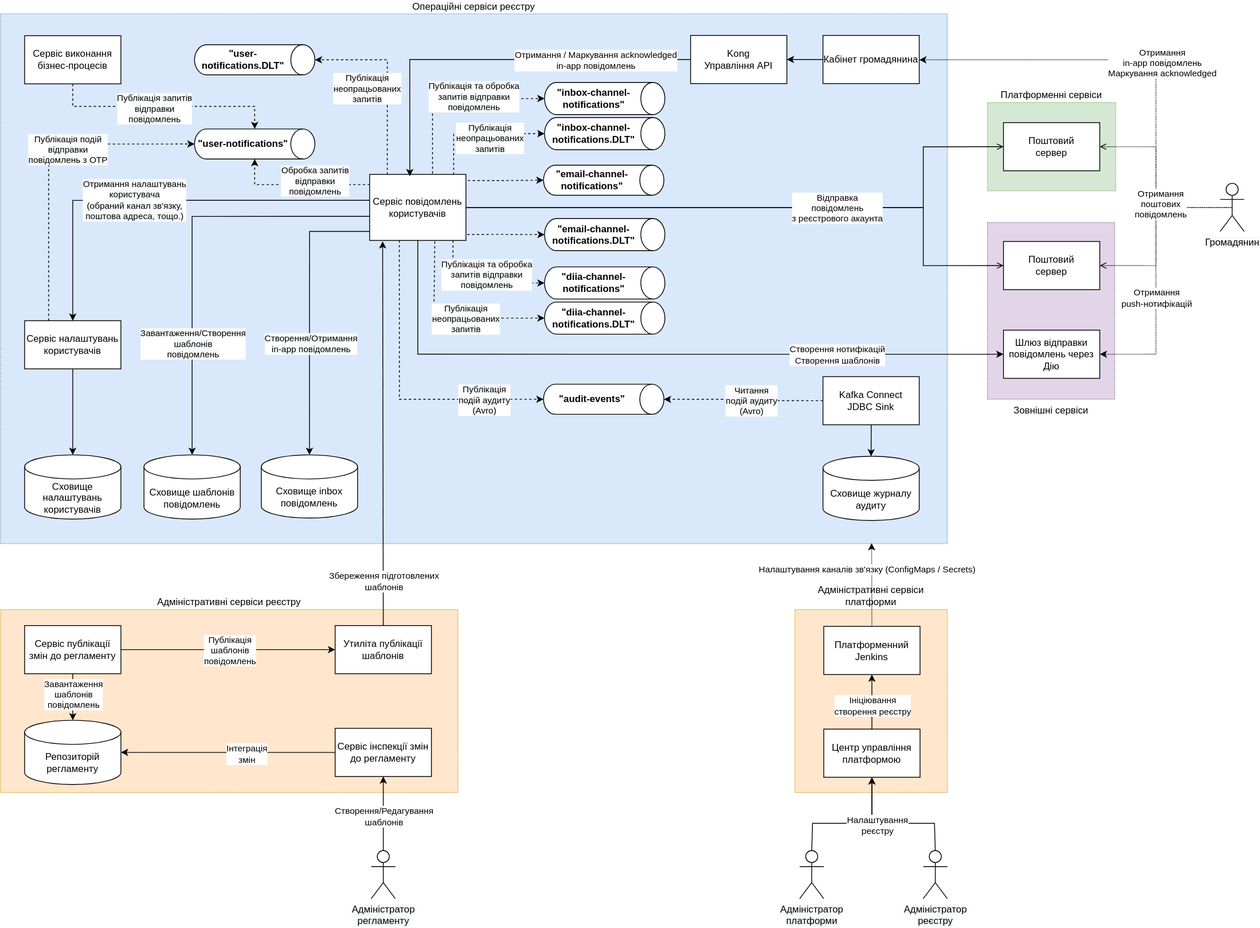
Above: modules/tech/images/lowcode/notifications/notifications-design.svg in epam/edp-ddm-architecture (draw.io), before the change. Source tidied: cells renumbered, new cells last; positions are measured from the earlier drawing's top-left corner, leaving out a move shared by most shapes.
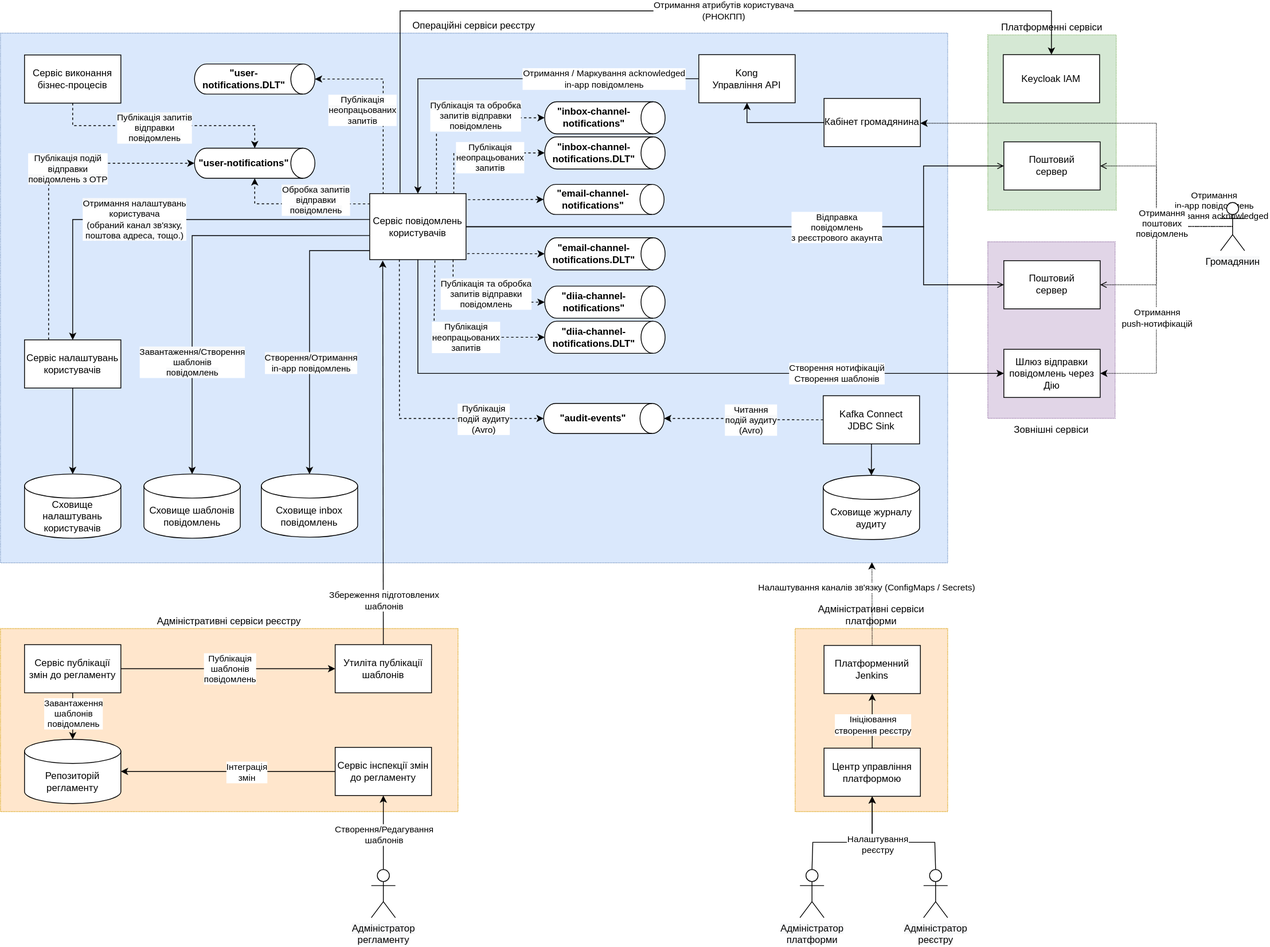
After the change.

Commit message:
[MDTUDDM-4740] Multi-channel notification subsystem design

What changed in the source:
```diff
@@ -3,7 +3,7 @@
     <mxCell id="0" />
     <mxCell id="1" parent="0" />
     <mxCell id="2" value="Платформенні сервіси" style="rounded=0;whiteSpace=wrap;html=1;dashed=1;labelPosition=center;verticalLabelPosition=top;align=center;verticalAlign=bottom;dashPattern=1 1;fillColor=#d5e8d4;strokeColor=#82b366;" parent="1" vertex="1">
-      <mxGeometry x="1230" y="128.2" width="160" height="110" as="geometry" />
+      <mxGeometry x="1230" y="20" width="160" height="218.2" as="geometry" />
     </mxCell>
     <mxCell id="3" value="Зовнішні сервіси" style="rounded=0;whiteSpace=wrap;html=1;dashed=1;labelPosition=center;verticalLabelPosition=bottom;align=center;verticalAlign=top;dashPattern=1 1;fillColor=#e1d5e7;strokeColor=#9673a6;" parent="1" vertex="1">
       <mxGeometry x="1230" y="277.8" width="158.6" height="220" as="geometry" />
@@ -46,7 +46,7 @@
         <mxPoint x="-5" y="2" as="offset" />
       </mxGeometry>
     </mxCell>
-    <mxCell id="13" style="edgeStyle=orthogonalEdgeStyle;rounded=0;jettySize=auto;html=1;entryX=0.5;entryY=1;entryDx=0;entryDy=0;entryPerimeter=0;dashed=1;fontColor=default;startArrow=none;startFill=0;endArrow=classic;endFill=1;exitX=0.653;exitY=-0.011;exitDx=0;exitDy=0;exitPerimeter=0;" parent="1" edge="1" source="32" target="37">
+    <mxCell id="13" style="edgeStyle=orthogonalEdgeStyle;rounded=0;jettySize=auto;html=1;entryX=0.5;entryY=1;entryDx=0;entryDy=0;entryPerimeter=0;dashed=1;fontColor=default;startArrow=none;startFill=0;endArrow=classic;endFill=1;exitX=0.693;exitY=0.005;exitDx=0;exitDy=0;exitPerimeter=0;" parent="1" edge="1" source="32" target="37">
       <mxGeometry relative="1" as="geometry" />
     </mxCell>
     <mxCell id="14" value="&lt;span style=&quot;background-color: rgb(248, 249, 250);&quot;&gt;Публікація та обробка &lt;br&gt;запитів&amp;nbsp;&lt;/span&gt;&lt;span style=&quot;background-color: rgb(248, 249, 250);&quot;&gt;відправки&lt;/span&gt;&lt;br style=&quot;background-color: rgb(248, 249, 250);&quot;&gt;&lt;span style=&quot;background-color: rgb(248, 249, 250);&quot;&gt;повідомлень&lt;/span&gt;" style="edgeLabel;html=1;align=center;verticalAlign=middle;fontColor=default;" parent="13" vertex="1">
@@ -86,7 +86,7 @@
         <mxPoint x="5" y="-5" as="offset" />
       </mxGeometry>
     </mxCell>
-    <mxCell id="22" style="edgeStyle=orthogonalEdgeStyle;rounded=0;jumpStyle=line;jumpSize=12;jettySize=auto;html=1;entryX=0.5;entryY=0;entryDx=0;entryDy=0;entryPerimeter=0;fontColor=default;startArrow=none;startFill=0;endArrow=classic;endFill=1;dashed=1;exitX=0.183;exitY=0.006;exitDx=0;exitDy=0;exitPerimeter=0;" parent="1" edge="1" source="32" target="34">
+    <mxCell id="22" style="edgeStyle=orthogonalEdgeStyle;rounded=0;jumpStyle=line;jumpSize=12;jettySize=auto;html=1;entryX=0.5;entryY=0;entryDx=0;entryDy=0;entryPerimeter=0;fontColor=default;startArrow=none;startFill=0;endArrow=classic;endFill=1;dashed=1;exitX=0.14;exitY=0.011;exitDx=0;exitDy=0;exitPerimeter=0;" parent="1" edge="1" source="32" target="34">
       <mxGeometry relative="1" as="geometry" />
     </mxCell>
     <mxCell id="23" value="&lt;span style=&quot;background-color: rgb(248, 249, 250);&quot;&gt;Публікація&lt;br&gt;неопрацьованих &lt;br&gt;запитів&lt;/span&gt;" style="edgeLabel;html=1;align=center;verticalAlign=middle;fontColor=default;" parent="22" vertex="1">
@@ -131,6 +131,17 @@
         <mxPoint x="-65" y="-2" as="offset" />
       </mxGeometry>
     </mxCell>
+    <mxCell id="101" style="edgeStyle=orthogonalEdgeStyle;rounded=0;jettySize=auto;html=1;entryX=0.5;entryY=0;entryDx=0;entryDy=0;exitX=0.315;exitY=-0.012;exitDx=0;exitDy=0;exitPerimeter=0;" parent="1" edge="1" source="32" target="103">
+      <mxGeometry relative="1" as="geometry">
+        <Array as="points">
+          <mxPoint x="498" y="-10" />
+          <mxPoint x="1309" y="-10" />
+        </Array>
+      </mxGeometry>
+    </mxCell>
+    <mxCell id="102" value="Отримання атрибутів користувача&lt;br&gt;(РНОКПП)" style="edgeLabel;html=1;align=center;verticalAlign=middle;" parent="101" vertex="1">
+      <mxGeometry x="0.15" y="1" relative="1" as="geometry" />
+    </mxCell>
     <mxCell id="32" value="Сервіс повідомлень користувачів" style="rounded=0;whiteSpace=wrap;html=1;" parent="1" vertex="1">
       <mxGeometry x="460" y="217.8" width="120" height="82.2" as="geometry" />
     </mxCell>
@@ -317,7 +328,7 @@
         <mxPoint x="-2" y="6" as="offset" />
       </mxGeometry>
     </mxCell>
-    <mxCell id="84" style="edgeStyle=orthogonalEdgeStyle;rounded=0;jumpStyle=line;jumpSize=12;jettySize=auto;html=1;entryX=0.417;entryY=0.027;entryDx=0;entryDy=0;fontColor=default;startArrow=none;startFill=0;endArrow=classic;endFill=1;entryPerimeter=0;exitX=0;exitY=0.5;exitDx=0;exitDy=0;" parent="1" edge="1" source="96" target="32">
+    <mxCell id="84" style="edgeStyle=orthogonalEdgeStyle;rounded=0;jumpStyle=line;jumpSize=12;jettySize=auto;html=1;entryX=0.5;entryY=0;entryDx=0;entryDy=0;fontColor=default;startArrow=none;startFill=0;endArrow=classic;endFill=1;exitX=0;exitY=0.5;exitDx=0;exitDy=0;" parent="1" edge="1" source="96" target="32">
       <mxGeometry relative="1" as="geometry" />
     </mxCell>
     <mxCell id="85" value="Отримання / Маркування acknowledged&lt;br&gt;in-app повідомлень" style="edgeLabel;html=1;align=center;verticalAlign=middle;fontColor=default;" parent="84" vertex="1">
@@ -325,11 +336,11 @@
         <mxPoint x="61" y="1" as="offset" />
       </mxGeometry>
     </mxCell>
-    <mxCell id="86" style="edgeStyle=orthogonalEdgeStyle;rounded=0;jumpStyle=none;jumpSize=12;jettySize=auto;html=1;entryX=1;entryY=0.5;entryDx=0;entryDy=0;fontColor=default;startArrow=none;startFill=0;endArrow=classic;endFill=1;" parent="1" edge="1" source="87" target="96">
+    <mxCell id="86" style="edgeStyle=orthogonalEdgeStyle;rounded=0;jumpStyle=none;jumpSize=12;jettySize=auto;html=1;entryX=0.5;entryY=1;entryDx=0;entryDy=0;fontColor=default;startArrow=none;startFill=0;endArrow=classic;endFill=1;" parent="1" edge="1" source="87" target="96">
       <mxGeometry relative="1" as="geometry" />
     </mxCell>
     <mxCell id="87" value="Кабінет громадянина" style="rounded=0;whiteSpace=wrap;html=1;" parent="1" vertex="1">
-      <mxGeometry x="1025" y="44.6" width="120" height="60" as="geometry" />
+      <mxGeometry x="1026" y="99.1" width="120" height="60" as="geometry" />
     </mxCell>
     <mxCell id="88" style="edgeStyle=orthogonalEdgeStyle;rounded=0;jumpStyle=none;jumpSize=12;jettySize=auto;html=1;entryX=1;entryY=0.5;entryDx=0;entryDy=0;fontColor=default;startArrow=none;startFill=0;endArrow=open;endFill=0;dashed=1;dashPattern=1 1;exitX=0.5;exitY=0.5;exitDx=0;exitDy=0;exitPerimeter=0;" parent="1" edge="1" source="100" target="42">
       <mxGeometry relative="1" as="geometry">
@@ -352,17 +363,18 @@
         <mxPoint y="24" as="offset" />
       </mxGeometry>
     </mxCell>
-    <mxCell id="91" style="edgeStyle=orthogonalEdgeStyle;rounded=0;jumpStyle=none;jumpSize=12;jettySize=auto;html=1;fontColor=default;startArrow=none;startFill=0;endArrow=classic;endFill=1;dashed=1;dashPattern=1 1;exitX=0.5;exitY=0.5;exitDx=0;exitDy=0;exitPerimeter=0;" parent="1" edge="1" source="100" target="87">
+    <mxCell id="91" style="edgeStyle=orthogonalEdgeStyle;rounded=0;jumpStyle=none;jumpSize=12;jettySize=auto;html=1;fontColor=default;startArrow=none;startFill=0;endArrow=classic;endFill=1;dashed=1;dashPattern=1 1;exitX=0.5;exitY=0.5;exitDx=0;exitDy=0;exitPerimeter=0;entryX=1;entryY=0.5;entryDx=0;entryDy=0;" parent="1" edge="1" source="100" target="87">
       <mxGeometry relative="1" as="geometry">
         <Array as="points">
           <mxPoint x="1440" y="259" />
-          <mxPoint x="1440" y="75" />
+          <mxPoint x="1440" y="130" />
+          <mxPoint x="1146" y="130" />
         </Array>
       </mxGeometry>
     </mxCell>
     <mxCell id="92" value="Отримання &lt;br&gt;in-app повідомлень&lt;br&gt;Маркування acknowledged" style="edgeLabel;html=1;align=center;verticalAlign=middle;fontColor=default;" parent="91" vertex="1">
       <mxGeometry x="0.5" relative="1" as="geometry">
-        <mxPoint x="159" y="3" as="offset" />
+        <mxPoint x="237" y="102" as="offset" />
       </mxGeometry>
     </mxCell>
     <mxCell id="93" style="edgeStyle=orthogonalEdgeStyle;rounded=0;jumpStyle=none;jumpSize=12;jettySize=auto;html=1;entryX=1;entryY=0.5;entryDx=0;entryDy=0;fontColor=default;startArrow=none;startFill=0;endArrow=open;endFill=0;dashed=1;dashPattern=1 1;exitX=0.5;exitY=0.5;exitDx=0;exitDy=0;exitPerimeter=0;" parent="1" edge="1" source="100" target="95">
@@ -382,7 +394,7 @@
       <mxGeometry x="1250" y="301.3" width="120" height="60" as="geometry" />
     </mxCell>
     <mxCell id="96" value="Kong&lt;br&gt;Управління API" style="rounded=0;whiteSpace=wrap;html=1;" parent="1" vertex="1">
-      <mxGeometry x="860" y="44.6" width="120" height="60" as="geometry" />
+      <mxGeometry x="870" y="44.6" width="120" height="60" as="geometry" />
     </mxCell>
     <mxCell id="97" value="&lt;span style=&quot;background-color: rgb(248, 249, 250);&quot;&gt;Адміністратор&lt;/span&gt;&lt;br style=&quot;background-color: rgb(248, 249, 250);&quot;&gt;&lt;span style=&quot;background-color: rgb(248, 249, 250);&quot;&gt;регламенту&lt;/span&gt;" style="shape=umlActor;verticalLabelPosition=bottom;verticalAlign=top;html=1;outlineConnect=0;labelBackgroundColor=default;fontColor=default;" parent="1" vertex="1">
       <mxGeometry x="462" y="1060" width="30" height="60" as="geometry" />
@@ -396,5 +408,8 @@
     <mxCell id="100" value="&lt;span style=&quot;background-color: rgb(248, 249, 250);&quot;&gt;Громадянин&lt;/span&gt;" style="shape=umlActor;verticalLabelPosition=bottom;verticalAlign=top;html=1;outlineConnect=0;labelBackgroundColor=default;fontColor=default;" parent="1" vertex="1">
       <mxGeometry x="1520" y="228.9" width="30" height="60" as="geometry" />
     </mxCell>
+    <mxCell id="103" value="Keycloak IAM" style="rounded=0;whiteSpace=wrap;html=1;" parent="1" vertex="1">
+      <mxGeometry x="1249.3" y="44.6" width="120" height="60" as="geometry" />
+    </mxCell>
   </root>
 </mxGraphModel>
```
